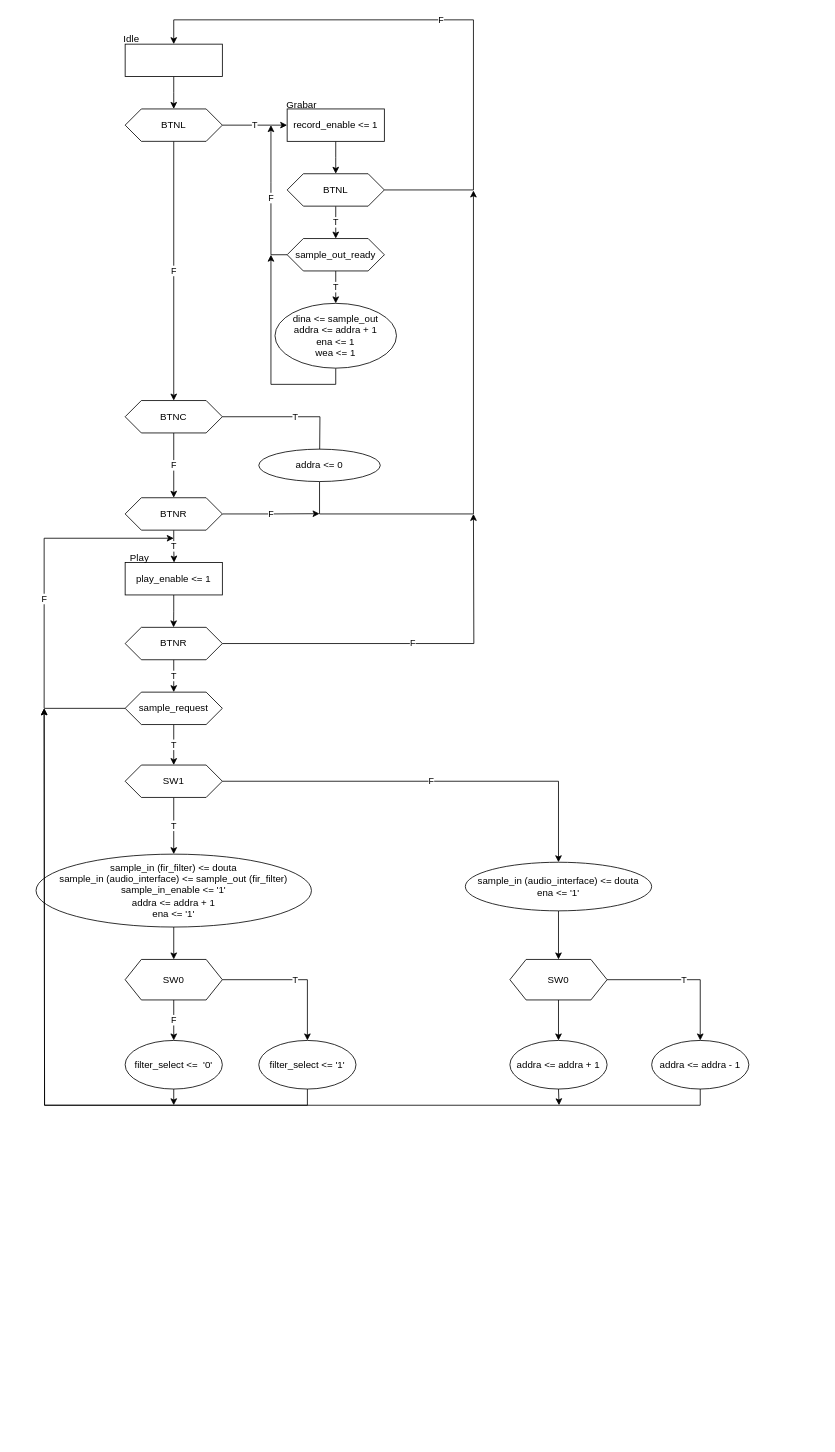
The draw.io diagram Diagrama Controlador.drawio in crbgx/DSED-2021, before the edit. Source tidied: cells renumbered, new cells numbered last; positions are measured from the earlier drawing's top-left corner, leaving out a move shared by most shapes. Both pictures are drawn from the tidied source at 81%, with x=0, y=0 at pixel (36, 19).
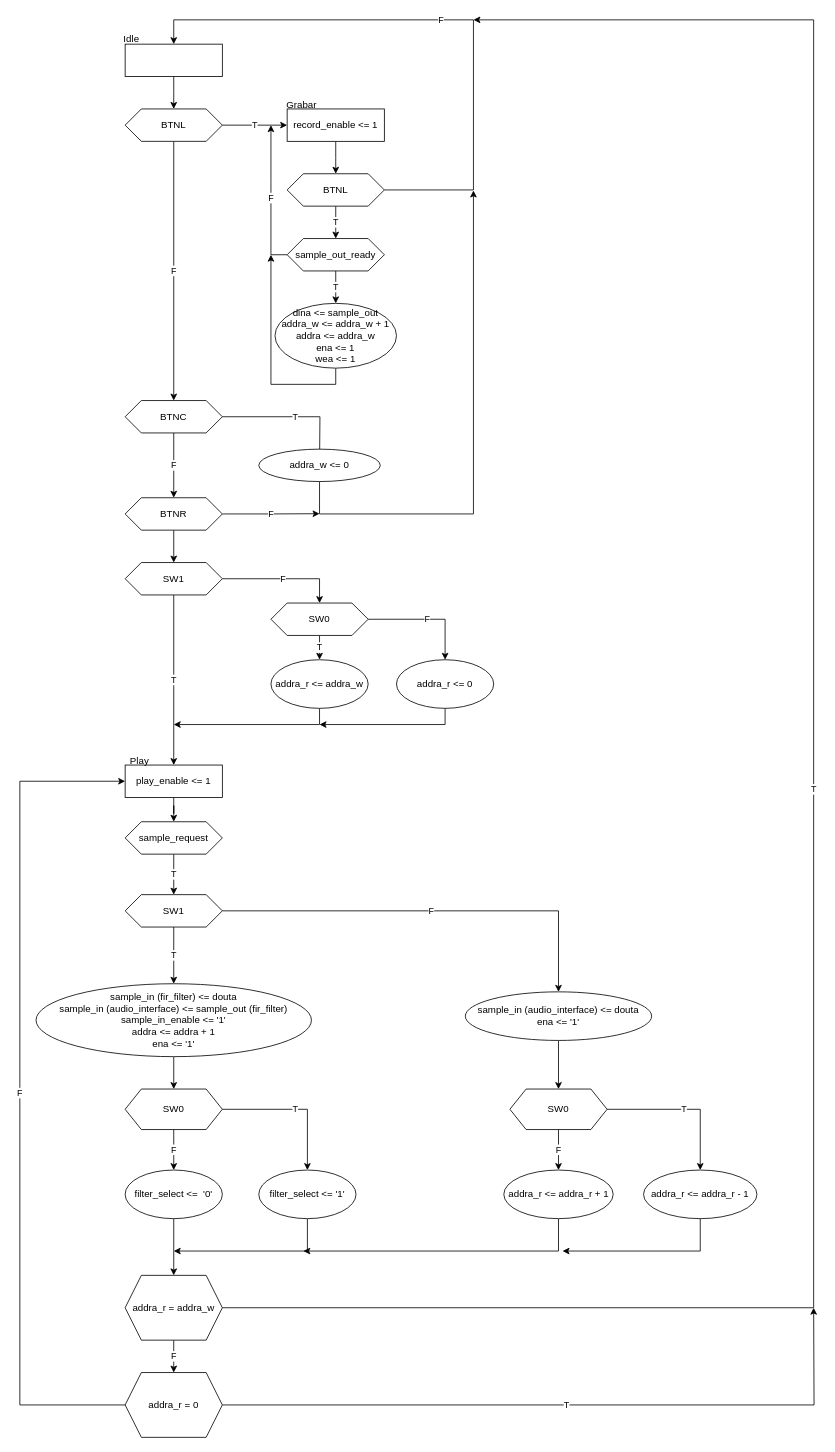
The same page after the edit.

Commit message:
Arreglado diagrama sistema final?

Unchanged cells that the change refers to:
```xml
<mxCell id="26" value="BTNR" style="shape=hexagon;perimeter=hexagonPerimeter2;whiteSpace=wrap;html=1;fixedSize=1;" parent="1" vertex="1">
  <mxGeometry x="110" y="590" width="120" height="40" as="geometry" />
</mxCell>
```

The edit, as a diff of the source:
```diff
@@
-    <mxCell id="6" value="dina &amp;lt;= sample_out&lt;br&gt;addra &amp;lt;= addra + 1&lt;br&gt;ena &amp;lt;= 1&lt;br&gt;wea &amp;lt;= 1" style="ellipse;whiteSpace=wrap;html=1;" parent="1" vertex="1">
+    <mxCell id="6" value="dina &amp;lt;= sample_out&lt;br&gt;addra_w &amp;lt;= addra_w + 1&lt;br&gt;addra &amp;lt;= addra_w&lt;br&gt;ena &amp;lt;= 1&lt;br&gt;wea &amp;lt;= 1" style="ellipse;whiteSpace=wrap;html=1;" parent="1" vertex="1">
       <mxGeometry x="295" y="350" width="150" height="80" as="geometry" />
     </mxCell>
@@
-    <mxCell id="23" value="addra &amp;lt;= 0" style="ellipse;whiteSpace=wrap;html=1;" parent="1" vertex="1">
+    <mxCell id="23" value="addra_w &amp;lt;= 0" style="ellipse;whiteSpace=wrap;html=1;" parent="1" vertex="1">
       <mxGeometry x="275" y="530" width="150" height="40" as="geometry" />
     </mxCell>
@@
-    <mxCell id="25" value="T" style="edgeStyle=orthogonalEdgeStyle;rounded=0;jettySize=auto;html=1;exitX=0.5;exitY=1;exitDx=0;exitDy=0;" parent="1" edge="1" source="26">
-      <mxGeometry relative="1" as="geometry">
-        <mxPoint x="170.4" y="670" as="targetPoint" />
-      </mxGeometry>
-    </mxCell>
+    <mxCell id="57" style="edgeStyle=orthogonalEdgeStyle;rounded=0;jettySize=auto;html=1;" parent="1" edge="1" source="26" target="65">
+      <mxGeometry relative="1" as="geometry" />
+    </mxCell>
@@
-    <mxCell id="27" style="edgeStyle=orthogonalEdgeStyle;rounded=0;jettySize=auto;html=1;exitX=0.5;exitY=1;exitDx=0;exitDy=0;" parent="1" edge="1" source="28">
-      <mxGeometry relative="1" as="geometry">
-        <mxPoint x="169.8" y="750" as="targetPoint" />
-      </mxGeometry>
-    </mxCell>
+    <mxCell id="58" style="edgeStyle=orthogonalEdgeStyle;rounded=0;jettySize=auto;html=1;entryX=0.5;entryY=0;entryDx=0;entryDy=0;" parent="1" edge="1" source="28" target="32">
+      <mxGeometry relative="1" as="geometry" />
+    </mxCell>
     <mxCell id="28" value="play_enable &amp;lt;= 1" style="rounded=0;whiteSpace=wrap;html=1;" parent="1" vertex="1">
-      <mxGeometry x="110" y="670" width="120" height="40" as="geometry" />
+      <mxGeometry x="110" y="920" width="120" height="40" as="geometry" />
     </mxCell>
     <mxCell id="29" value="Play" style="text;html=1;strokeColor=none;fillColor=none;align=center;verticalAlign=middle;whiteSpace=wrap;rounded=0;" parent="1" vertex="1">
-      <mxGeometry x="98" y="650" width="60" height="30" as="geometry" />
+      <mxGeometry x="98" y="900" width="60" height="30" as="geometry" />
     </mxCell>
-    <mxCell id="30" value="F" style="edgeStyle=orthogonalEdgeStyle;rounded=0;jettySize=auto;html=1;exitX=0;exitY=0.5;exitDx=0;exitDy=0;" parent="1" edge="1" source="32">
-      <mxGeometry relative="1" as="geometry">
-        <mxPoint x="170" y="640" as="targetPoint" />
-        <Array as="points">
-          <mxPoint x="10" y="850" />
-          <mxPoint x="10" y="640" />
-        </Array>
-      </mxGeometry>
-    </mxCell>
@@
     <mxCell id="32" value="sample_request" style="shape=hexagon;perimeter=hexagonPerimeter2;whiteSpace=wrap;html=1;fixedSize=1;" parent="1" vertex="1">
-      <mxGeometry x="110" y="830" width="120" height="40" as="geometry" />
+      <mxGeometry x="110" y="990" width="120" height="40" as="geometry" />
     </mxCell>
-    <mxCell id="33" value="T" style="edgeStyle=orthogonalEdgeStyle;rounded=0;jettySize=auto;html=1;exitX=0.5;exitY=1;exitDx=0;exitDy=0;entryX=0.5;entryY=0;entryDx=0;entryDy=0;" parent="1" edge="1" source="35" target="32">
-      <mxGeometry relative="1" as="geometry" />
-    </mxCell>
-    <mxCell id="34" value="F" style="edgeStyle=orthogonalEdgeStyle;rounded=0;jettySize=auto;html=1;exitX=1;exitY=0.5;exitDx=0;exitDy=0;" parent="1" edge="1" source="35">
-      <mxGeometry relative="1" as="geometry">
-        <mxPoint x="540" y="610" as="targetPoint" />
-      </mxGeometry>
-    </mxCell>
-    <mxCell id="35" value="BTNR" style="shape=hexagon;perimeter=hexagonPerimeter2;whiteSpace=wrap;html=1;fixedSize=1;" parent="1" vertex="1">
-      <mxGeometry x="110" y="750" width="120" height="40" as="geometry" />
-    </mxCell>
@@
     <mxCell id="38" value="SW1" style="shape=hexagon;perimeter=hexagonPerimeter2;whiteSpace=wrap;html=1;fixedSize=1;" parent="1" vertex="1">
-      <mxGeometry x="110" y="920" width="120" height="40" as="geometry" />
+      <mxGeometry x="110" y="1080" width="120" height="40" as="geometry" />
     </mxCell>
@@
     <mxCell id="40" value="sample_in (fir_filter) &amp;lt;= douta&lt;br&gt;sample_in (audio_interface) &amp;lt;= sample_out (fir_filter)&lt;br&gt;sample_in_enable &amp;lt;= '1'&lt;br&gt;addra &amp;lt;= addra + 1&lt;br&gt;ena &amp;lt;= '1'" style="ellipse;whiteSpace=wrap;html=1;" parent="1" vertex="1">
-      <mxGeometry y="1030" width="340" height="90" as="geometry" />
+      <mxGeometry y="1190" width="340" height="90" as="geometry" />
     </mxCell>
@@
     <mxCell id="43" value="SW0" style="shape=hexagon;perimeter=hexagonPerimeter2;whiteSpace=wrap;html=1;fixedSize=1;" parent="1" vertex="1">
-      <mxGeometry x="110" y="1160" width="120" height="50" as="geometry" />
+      <mxGeometry x="110" y="1320" width="120" height="50" as="geometry" />
     </mxCell>
@@
     <mxCell id="45" value="sample_in (audio_interface) &amp;lt;= douta&lt;br&gt;ena &amp;lt;= '1'" style="ellipse;whiteSpace=wrap;html=1;" parent="1" vertex="1">
-      <mxGeometry x="530" y="1040" width="230" height="60" as="geometry" />
+      <mxGeometry x="530" y="1200" width="230" height="60" as="geometry" />
     </mxCell>
@@
-    <mxCell id="47" style="edgeStyle=orthogonalEdgeStyle;rounded=0;jettySize=auto;html=1;" parent="1" edge="1" source="48" target="56">
+    <mxCell id="47" value="F" style="edgeStyle=orthogonalEdgeStyle;rounded=0;jettySize=auto;html=1;" parent="1" edge="1" source="48" target="56">
       <mxGeometry relative="1" as="geometry" />
     </mxCell>
     <mxCell id="48" value="SW0" style="shape=hexagon;perimeter=hexagonPerimeter2;whiteSpace=wrap;html=1;fixedSize=1;" parent="1" vertex="1">
-      <mxGeometry x="585" y="1160" width="120" height="50" as="geometry" />
+      <mxGeometry x="585" y="1320" width="120" height="50" as="geometry" />
     </mxCell>
-    <mxCell id="49" style="edgeStyle=orthogonalEdgeStyle;rounded=0;jettySize=auto;html=1;exitX=0.5;exitY=1;exitDx=0;exitDy=0;" parent="1" edge="1" source="50">
-      <mxGeometry relative="1" as="geometry">
-        <mxPoint x="10" y="850" as="targetPoint" />
-      </mxGeometry>
-    </mxCell>
+    <mxCell id="59" style="edgeStyle=orthogonalEdgeStyle;rounded=0;jettySize=auto;html=1;exitX=0.5;exitY=1;exitDx=0;exitDy=0;" parent="1" edge="1" source="50">
+      <mxGeometry relative="1" as="geometry">
+        <mxPoint x="170" y="1520" as="targetPoint" />
+        <Array as="points">
+          <mxPoint x="335" y="1520" />
+        </Array>
+      </mxGeometry>
+    </mxCell>
     <mxCell id="50" value="filter_select &amp;lt;= '1'" style="ellipse;whiteSpace=wrap;html=1;" parent="1" vertex="1">
-      <mxGeometry x="275" y="1260" width="120" height="60" as="geometry" />
+      <mxGeometry x="275" y="1420" width="120" height="60" as="geometry" />
     </mxCell>
-    <mxCell id="51" style="edgeStyle=orthogonalEdgeStyle;rounded=0;jettySize=auto;html=1;exitX=0.5;exitY=1;exitDx=0;exitDy=0;" parent="1" edge="1" source="52">
-      <mxGeometry relative="1" as="geometry">
-        <mxPoint x="170" y="1340" as="targetPoint" />
-      </mxGeometry>
-    </mxCell>
+    <mxCell id="60" style="edgeStyle=orthogonalEdgeStyle;rounded=0;jettySize=auto;html=1;" parent="1" edge="1" source="52" target="75">
+      <mxGeometry relative="1" as="geometry" />
+    </mxCell>
     <mxCell id="52" value="filter_select &amp;lt;=&amp;nbsp; '0'" style="ellipse;whiteSpace=wrap;html=1;" parent="1" vertex="1">
-      <mxGeometry x="110" y="1260" width="120" height="60" as="geometry" />
+      <mxGeometry x="110" y="1420" width="120" height="60" as="geometry" />
     </mxCell>
-    <mxCell id="53" style="edgeStyle=orthogonalEdgeStyle;rounded=0;jettySize=auto;html=1;exitX=0.5;exitY=1;exitDx=0;exitDy=0;" parent="1" edge="1" source="54">
-      <mxGeometry relative="1" as="geometry">
-        <mxPoint x="10" y="850" as="targetPoint" />
-      </mxGeometry>
-    </mxCell>
+    <mxCell id="61" style="edgeStyle=orthogonalEdgeStyle;rounded=0;jettySize=auto;html=1;" parent="1" edge="1" source="54">
+      <mxGeometry relative="1" as="geometry">
+        <mxPoint x="650" y="1520" as="targetPoint" />
+        <Array as="points">
+          <mxPoint x="820" y="1520" />
+        </Array>
+      </mxGeometry>
+    </mxCell>
-    <mxCell id="54" value="addra &amp;lt;= addra - 1" style="ellipse;whiteSpace=wrap;html=1;" parent="1" vertex="1">
-      <mxGeometry x="760" y="1260" width="120" height="60" as="geometry" />
+    <mxCell id="54" value="addra_r &amp;lt;= addra_r - 1" style="ellipse;whiteSpace=wrap;html=1;" parent="1" vertex="1">
+      <mxGeometry x="750" y="1420" width="140" height="60" as="geometry" />
     </mxCell>
-    <mxCell id="55" style="edgeStyle=orthogonalEdgeStyle;rounded=0;jettySize=auto;html=1;exitX=0.5;exitY=1;exitDx=0;exitDy=0;" parent="1" edge="1" source="56">
-      <mxGeometry relative="1" as="geometry">
-        <mxPoint x="645.7" y="1340" as="targetPoint" />
-      </mxGeometry>
-    </mxCell>
+    <mxCell id="62" style="edgeStyle=orthogonalEdgeStyle;rounded=0;jettySize=auto;html=1;" parent="1" edge="1" source="56">
+      <mxGeometry relative="1" as="geometry">
+        <mxPoint x="330" y="1520" as="targetPoint" />
+        <Array as="points">
+          <mxPoint x="645" y="1520" />
+        </Array>
+      </mxGeometry>
+    </mxCell>
-    <mxCell id="56" value="addra &amp;lt;= addra + 1" style="ellipse;whiteSpace=wrap;html=1;" parent="1" vertex="1">
-      <mxGeometry x="585" y="1260" width="120" height="60" as="geometry" />
+    <mxCell id="56" value="addra_r &amp;lt;= addra_r + 1" style="ellipse;whiteSpace=wrap;html=1;" parent="1" vertex="1">
+      <mxGeometry x="577.5" y="1420" width="135" height="60" as="geometry" />
     </mxCell>
+    <mxCell id="63" value="F" style="edgeStyle=orthogonalEdgeStyle;rounded=0;jettySize=auto;html=1;" parent="1" edge="1" source="65" target="68">
+      <mxGeometry relative="1" as="geometry" />
+    </mxCell>
+    <mxCell id="64" value="T" style="edgeStyle=orthogonalEdgeStyle;rounded=0;jettySize=auto;html=1;entryX=0.5;entryY=0;entryDx=0;entryDy=0;" parent="1" edge="1" source="65" target="28">
+      <mxGeometry relative="1" as="geometry" />
+    </mxCell>
+    <mxCell id="65" value="SW1" style="shape=hexagon;perimeter=hexagonPerimeter2;whiteSpace=wrap;html=1;fixedSize=1;" parent="1" vertex="1">
+      <mxGeometry x="110" y="670" width="120" height="40" as="geometry" />
+    </mxCell>
+    <mxCell id="66" value="T" style="edgeStyle=orthogonalEdgeStyle;rounded=0;jettySize=auto;html=1;" parent="1" edge="1" source="68" target="70">
+      <mxGeometry relative="1" as="geometry" />
+    </mxCell>
+    <mxCell id="67" value="F" style="edgeStyle=orthogonalEdgeStyle;rounded=0;jettySize=auto;html=1;" parent="1" edge="1" source="68" target="72">
+      <mxGeometry relative="1" as="geometry" />
+    </mxCell>
+    <mxCell id="68" value="SW0" style="shape=hexagon;perimeter=hexagonPerimeter2;whiteSpace=wrap;html=1;fixedSize=1;" parent="1" vertex="1">
+      <mxGeometry x="290" y="720" width="120" height="40" as="geometry" />
+    </mxCell>
+    <mxCell id="69" style="edgeStyle=orthogonalEdgeStyle;rounded=0;jettySize=auto;html=1;exitX=0.5;exitY=1;exitDx=0;exitDy=0;" parent="1" edge="1" source="70">
+      <mxGeometry relative="1" as="geometry">
+        <mxPoint x="170" y="870" as="targetPoint" />
+        <Array as="points">
+          <mxPoint x="350" y="870" />
+        </Array>
+      </mxGeometry>
+    </mxCell>
+    <mxCell id="70" value="addra_r &amp;lt;= addra_w" style="ellipse;whiteSpace=wrap;html=1;" parent="1" vertex="1">
+      <mxGeometry x="290" y="790" width="120" height="60" as="geometry" />
+    </mxCell>
+    <mxCell id="71" style="edgeStyle=orthogonalEdgeStyle;rounded=0;jettySize=auto;html=1;exitX=0.5;exitY=1;exitDx=0;exitDy=0;" parent="1" edge="1" source="72">
+      <mxGeometry relative="1" as="geometry">
+        <mxPoint x="350" y="870" as="targetPoint" />
+        <Array as="points">
+          <mxPoint x="505" y="870" />
+        </Array>
+      </mxGeometry>
+    </mxCell>
+    <mxCell id="72" value="addra_r &amp;lt;= 0" style="ellipse;whiteSpace=wrap;html=1;" parent="1" vertex="1">
+      <mxGeometry x="445" y="790" width="120" height="60" as="geometry" />
+    </mxCell>
+    <mxCell id="73" value="F" style="edgeStyle=orthogonalEdgeStyle;rounded=0;jettySize=auto;html=1;" parent="1" edge="1" source="75" target="78">
+      <mxGeometry relative="1" as="geometry" />
+    </mxCell>
+    <mxCell id="74" value="T" style="edgeStyle=orthogonalEdgeStyle;rounded=0;jettySize=auto;html=1;" parent="1" edge="1" source="75">
+      <mxGeometry relative="1" as="geometry">
+        <mxPoint x="540" as="targetPoint" />
+        <Array as="points">
+          <mxPoint x="960" y="1590" />
+          <mxPoint x="960" />
+          <mxPoint x="540" />
+        </Array>
+      </mxGeometry>
+    </mxCell>
+    <mxCell id="75" value="addra_r = addra_w" style="shape=hexagon;perimeter=hexagonPerimeter2;whiteSpace=wrap;html=1;fixedSize=1;" parent="1" vertex="1">
+      <mxGeometry x="110" y="1550" width="120" height="80" as="geometry" />
+    </mxCell>
+    <mxCell id="76" value="F" style="edgeStyle=orthogonalEdgeStyle;rounded=0;jettySize=auto;html=1;entryX=0;entryY=0.5;entryDx=0;entryDy=0;" parent="1" edge="1" source="78" target="28">
+      <mxGeometry relative="1" as="geometry">
+        <Array as="points">
+          <mxPoint x="-20" y="1710" />
+          <mxPoint x="-20" y="940" />
+        </Array>
+      </mxGeometry>
+    </mxCell>
+    <mxCell id="77" value="T" style="edgeStyle=orthogonalEdgeStyle;rounded=0;jettySize=auto;html=1;" parent="1" edge="1" source="78">
+      <mxGeometry relative="1" as="geometry">
+        <mxPoint x="960" y="1590" as="targetPoint" />
+      </mxGeometry>
+    </mxCell>
+    <mxCell id="78" value="addra_r = 0" style="shape=hexagon;perimeter=hexagonPerimeter2;whiteSpace=wrap;html=1;fixedSize=1;" parent="1" vertex="1">
+      <mxGeometry x="110" y="1670" width="120" height="80" as="geometry" />
+    </mxCell>
```
